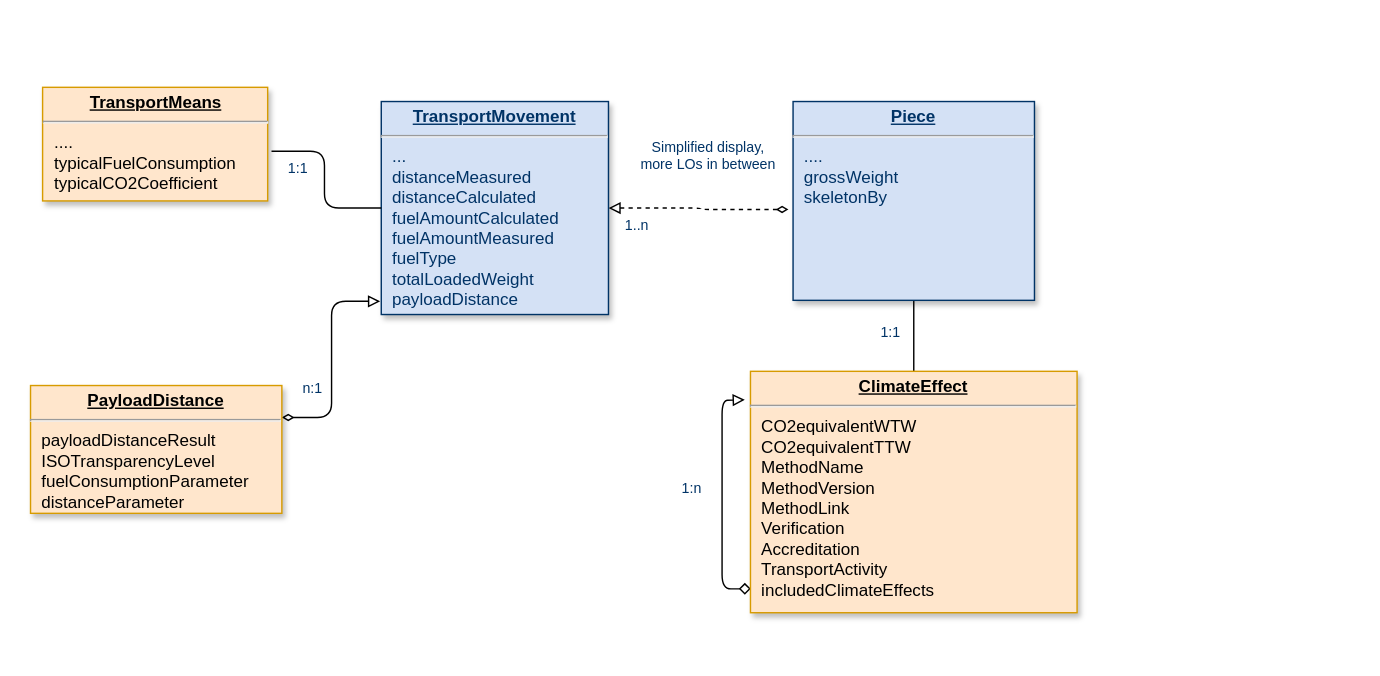
Above: Untitled Diagram.drawio in DrPhilippBillion/Co2-Transparency-in-ONE-Record_for_2023_Hackathon (draw.io), before the change. Source tidied: cells renumbered, new cells numbered last; positions are measured from the earlier drawing's top-left corner, leaving out a move shared by most shapes. Both pictures are drawn from the tidied source at 142%, with x=0, y=0 at pixel (30, 87).
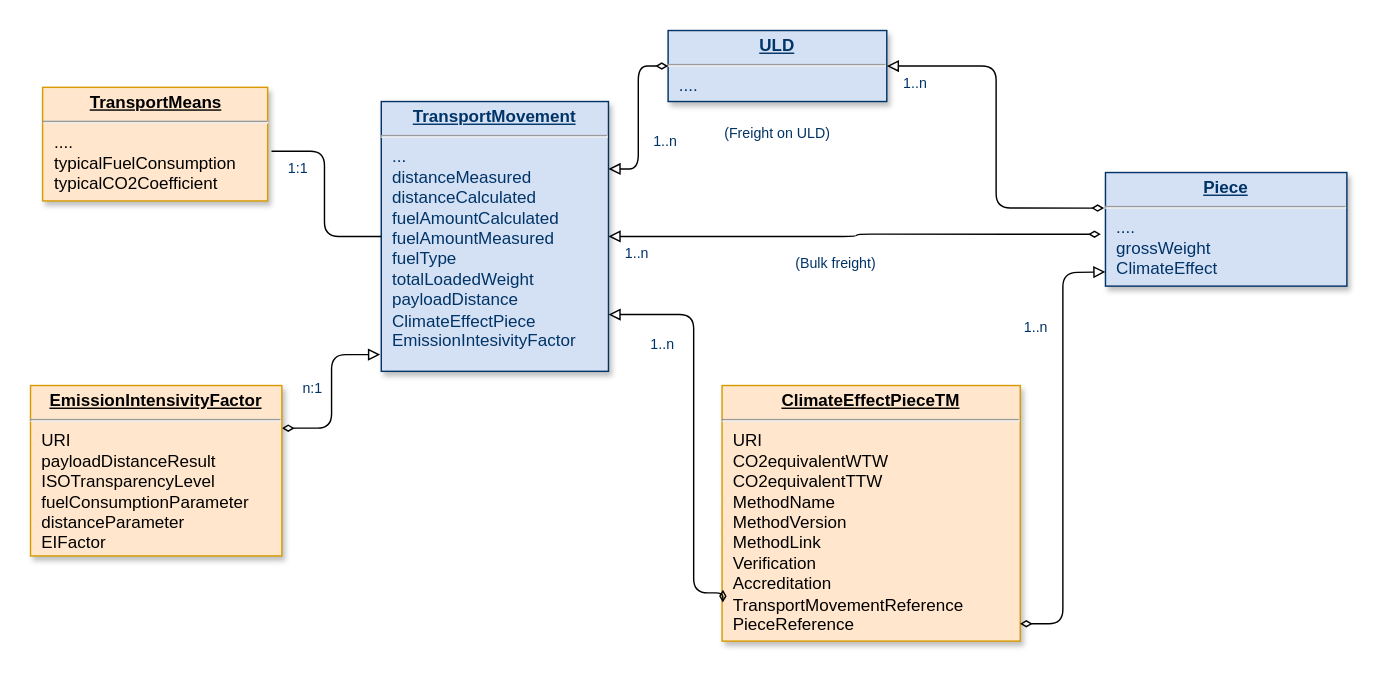
The same diagram, later.

Commit message:
Data Model Setup

Change to the diagram source:
```diff
@@
-    <mxCell id="2" style="edgeStyle=orthogonalEdgeStyle;rounded=0;jettySize=auto;html=1;endArrow=none;endFill=0;" parent="1" edge="1" source="3" target="13">
-      <mxGeometry relative="1" as="geometry" />
-    </mxCell>
-    <mxCell id="3" value="&lt;p style=&quot;margin: 0px ; margin-top: 4px ; text-align: center ; text-decoration: underline&quot;&gt;&lt;strong&gt;Piece&lt;/strong&gt;&lt;/p&gt;&lt;hr&gt;&lt;p style=&quot;margin: 0px ; margin-left: 8px&quot;&gt;....&lt;/p&gt;&lt;p style=&quot;margin: 0px ; margin-left: 8px&quot;&gt;grossWeight&lt;/p&gt;&lt;p style=&quot;margin: 0px ; margin-left: 8px&quot;&gt;skeletonBy&lt;/p&gt;&lt;p style=&quot;margin: 0px ; margin-left: 8px&quot;&gt;&lt;br&gt;&lt;/p&gt;" style="verticalAlign=top;align=left;overflow=fill;fontSize=12;fontFamily=Helvetica;html=1;strokeColor=#003366;shadow=1;fillColor=#D4E1F5;fontColor=#003366;" parent="1" vertex="1">
-      <mxGeometry x="537" y="10" width="170" height="140" as="geometry" />
+    <mxCell id="3" value="&lt;p style=&quot;margin: 0px ; margin-top: 4px ; text-align: center ; text-decoration: underline&quot;&gt;&lt;strong&gt;Piece&lt;/strong&gt;&lt;/p&gt;&lt;hr&gt;&lt;p style=&quot;margin: 0px ; margin-left: 8px&quot;&gt;....&lt;/p&gt;&lt;p style=&quot;margin: 0px ; margin-left: 8px&quot;&gt;grossWeight&lt;/p&gt;&lt;p style=&quot;margin: 0px ; margin-left: 8px&quot;&gt;&lt;span style=&quot;background-color: initial;&quot;&gt;ClimateEffect&lt;/span&gt;&lt;br&gt;&lt;/p&gt;&lt;p style=&quot;margin: 0px ; margin-left: 8px&quot;&gt;&lt;br&gt;&lt;/p&gt;" style="verticalAlign=top;align=left;overflow=fill;fontSize=12;fontFamily=Helvetica;html=1;strokeColor=#003366;shadow=1;fillColor=#D4E1F5;fontColor=#003366;" parent="1" vertex="1">
+      <mxGeometry x="757" y="60" width="170" height="80" as="geometry" />
     </mxCell>
-    <mxCell id="4" style="endArrow=diamondThin;endSize=6;startArrow=block;startSize=6;startFill=0;edgeStyle=orthogonalEdgeStyle;exitX=1;exitY=0.5;exitDx=0;exitDy=0;endFill=0;dashed=1;entryX=-0.019;entryY=0.543;entryDx=0;entryDy=0;entryPerimeter=0;" parent="1" edge="1" source="6" target="3">
+    <mxCell id="4" style="endArrow=diamondThin;endSize=6;startArrow=block;startSize=6;startFill=0;edgeStyle=orthogonalEdgeStyle;exitX=1;exitY=0.5;exitDx=0;exitDy=0;endFill=0;entryX=-0.019;entryY=0.543;entryDx=0;entryDy=0;entryPerimeter=0;" parent="1" edge="1" source="6" target="3">
       <mxGeometry x="893" y="360" as="geometry" />
     </mxCell>
@@
-    <mxCell id="6" value="&lt;p style=&quot;margin: 0px ; margin-top: 4px ; text-align: center ; text-decoration: underline&quot;&gt;&lt;strong&gt;TransportMovement&lt;/strong&gt;&lt;/p&gt;&lt;hr&gt;&lt;p style=&quot;margin: 0px ; margin-left: 8px&quot;&gt;...&lt;/p&gt;&lt;p style=&quot;margin: 0px ; margin-left: 8px&quot;&gt;distanceMeasured&lt;/p&gt;&lt;p style=&quot;margin: 0px ; margin-left: 8px&quot;&gt;distanceCalculated&lt;/p&gt;&lt;p style=&quot;margin: 0px ; margin-left: 8px&quot;&gt;fuelAmountCalculated&lt;/p&gt;&lt;p style=&quot;margin: 0px ; margin-left: 8px&quot;&gt;fuelAmountMeasured&lt;/p&gt;&lt;p style=&quot;margin: 0px ; margin-left: 8px&quot;&gt;fuelType&lt;/p&gt;&lt;p style=&quot;margin: 0px ; margin-left: 8px&quot;&gt;totalLoadedWeight&lt;/p&gt;&lt;p style=&quot;margin: 0px ; margin-left: 8px&quot;&gt;payloadDistance&lt;/p&gt;" style="verticalAlign=top;align=left;overflow=fill;fontSize=12;fontFamily=Helvetica;html=1;strokeColor=#003366;shadow=1;fillColor=#D4E1F5;fontColor=#003366;" parent="1" vertex="1">
-      <mxGeometry x="247" y="10" width="160" height="150" as="geometry" />
+    <mxCell id="6" value="&lt;p style=&quot;margin: 0px ; margin-top: 4px ; text-align: center ; text-decoration: underline&quot;&gt;&lt;strong&gt;TransportMovement&lt;/strong&gt;&lt;/p&gt;&lt;hr&gt;&lt;p style=&quot;margin: 0px ; margin-left: 8px&quot;&gt;...&lt;/p&gt;&lt;p style=&quot;margin: 0px ; margin-left: 8px&quot;&gt;distanceMeasured&lt;/p&gt;&lt;p style=&quot;margin: 0px ; margin-left: 8px&quot;&gt;distanceCalculated&lt;/p&gt;&lt;p style=&quot;margin: 0px ; margin-left: 8px&quot;&gt;fuelAmountCalculated&lt;/p&gt;&lt;p style=&quot;margin: 0px ; margin-left: 8px&quot;&gt;fuelAmountMeasured&lt;/p&gt;&lt;p style=&quot;margin: 0px ; margin-left: 8px&quot;&gt;fuelType&lt;/p&gt;&lt;p style=&quot;margin: 0px ; margin-left: 8px&quot;&gt;totalLoadedWeight&lt;/p&gt;&lt;p style=&quot;margin: 0px ; margin-left: 8px&quot;&gt;payloadDistance&lt;/p&gt;&lt;p style=&quot;margin: 0px ; margin-left: 8px&quot;&gt;ClimateEffectPiece&lt;/p&gt;&lt;p style=&quot;margin: 0px ; margin-left: 8px&quot;&gt;EmissionIntesivityFactor&lt;/p&gt;" style="verticalAlign=top;align=left;overflow=fill;fontSize=12;fontFamily=Helvetica;html=1;strokeColor=#003366;shadow=1;fillColor=#D4E1F5;fontColor=#003366;" parent="1" vertex="1">
+      <mxGeometry x="247" y="10" width="160" height="190" as="geometry" />
     </mxCell>
@@
-    <mxCell id="11" value="&lt;p style=&quot;margin: 0px ; margin-top: 4px ; text-align: center ; text-decoration: underline&quot;&gt;&lt;b&gt;PayloadDistance&lt;/b&gt;&lt;/p&gt;&lt;hr&gt;&lt;p style=&quot;margin: 0px ; margin-left: 8px&quot;&gt;payloadDistanceResult&lt;/p&gt;&lt;p style=&quot;margin: 0px ; margin-left: 8px&quot;&gt;ISOTransparencyLevel&lt;/p&gt;&lt;p style=&quot;margin: 0px ; margin-left: 8px&quot;&gt;fuelConsumptionParameter&lt;/p&gt;&lt;p style=&quot;margin: 0px ; margin-left: 8px&quot;&gt;distanceParameter&lt;/p&gt;" style="verticalAlign=top;align=left;overflow=fill;fontSize=12;fontFamily=Helvetica;html=1;strokeColor=#d79b00;shadow=1;fillColor=#ffe6cc;" parent="1" vertex="1">
-      <mxGeometry y="210" width="177" height="90" as="geometry" />
+    <mxCell id="11" value="&lt;p style=&quot;margin: 0px ; margin-top: 4px ; text-align: center ; text-decoration: underline&quot;&gt;&lt;b&gt;EmissionIntensivityFactor&lt;/b&gt;&lt;/p&gt;&lt;hr&gt;&lt;p style=&quot;margin: 0px ; margin-left: 8px&quot;&gt;URI&lt;/p&gt;&lt;p style=&quot;margin: 0px ; margin-left: 8px&quot;&gt;payloadDistanceResult&lt;/p&gt;&lt;p style=&quot;margin: 0px ; margin-left: 8px&quot;&gt;ISOTransparencyLevel&lt;/p&gt;&lt;p style=&quot;margin: 0px ; margin-left: 8px&quot;&gt;fuelConsumptionParameter&lt;/p&gt;&lt;p style=&quot;margin: 0px ; margin-left: 8px&quot;&gt;distanceParameter&lt;/p&gt;&lt;p style=&quot;margin: 0px ; margin-left: 8px&quot;&gt;EIFactor&lt;/p&gt;" style="verticalAlign=top;align=left;overflow=fill;fontSize=12;fontFamily=Helvetica;html=1;strokeColor=#d79b00;shadow=1;fillColor=#ffe6cc;" parent="1" vertex="1">
+      <mxGeometry y="210" width="177" height="120" as="geometry" />
     </mxCell>
-    <mxCell id="12" style="edgeStyle=orthogonalEdgeStyle;jettySize=auto;html=1;exitX=0.001;exitY=0.901;exitDx=0;exitDy=0;startArrow=diamond;startFill=0;endArrow=block;endFill=0;startSize=6;endSize=6;exitPerimeter=0;" parent="1" edge="1" source="13">
-      <mxGeometry relative="1" as="geometry">
-        <mxPoint x="503" y="220" as="targetPoint" />
-      </mxGeometry>
-    </mxCell>
-    <mxCell id="13" value="&lt;p style=&quot;margin: 0px ; margin-top: 4px ; text-align: center ; text-decoration: underline&quot;&gt;&lt;b&gt;ClimateEffect&lt;/b&gt;&lt;/p&gt;&lt;hr&gt;&lt;p style=&quot;margin: 0px ; margin-left: 8px&quot;&gt;&lt;span&gt;CO2equivalentWTW&lt;/span&gt;&lt;/p&gt;&lt;p style=&quot;margin: 0px ; margin-left: 8px&quot;&gt;CO2equivalentTTW&lt;span&gt;&lt;br&gt;&lt;/span&gt;&lt;/p&gt;&lt;p style=&quot;margin: 0px ; margin-left: 8px&quot;&gt;&lt;span&gt;MethodName&lt;/span&gt;&lt;br&gt;&lt;/p&gt;&lt;p style=&quot;margin: 0px ; margin-left: 8px&quot;&gt;&lt;span&gt;MethodVersion&lt;/span&gt;&lt;/p&gt;&lt;p style=&quot;margin: 0px ; margin-left: 8px&quot;&gt;MethodLink&lt;/p&gt;&lt;p style=&quot;margin: 0px ; margin-left: 8px&quot;&gt;Verification&lt;/p&gt;&lt;p style=&quot;margin: 0px ; margin-left: 8px&quot;&gt;Accreditation&lt;/p&gt;&lt;p style=&quot;margin: 0px ; margin-left: 8px&quot;&gt;TransportActivity&lt;/p&gt;&lt;p style=&quot;margin: 0px ; margin-left: 8px&quot;&gt;includedClimateEffects&lt;/p&gt;" style="verticalAlign=top;align=left;overflow=fill;fontSize=12;fontFamily=Helvetica;html=1;strokeColor=#d79b00;shadow=1;fillColor=#ffe6cc;" parent="1" vertex="1">
-      <mxGeometry x="507" y="200" width="230" height="170" as="geometry" />
+    <mxCell id="13" value="&lt;p style=&quot;margin: 0px ; margin-top: 4px ; text-align: center ; text-decoration: underline&quot;&gt;&lt;b&gt;ClimateEffectPieceTM&lt;/b&gt;&lt;/p&gt;&lt;hr&gt;&lt;p style=&quot;margin: 0px ; margin-left: 8px&quot;&gt;&lt;span&gt;URI&lt;/span&gt;&lt;/p&gt;&lt;p style=&quot;margin: 0px ; margin-left: 8px&quot;&gt;&lt;span&gt;CO2equivalentWTW&lt;/span&gt;&lt;/p&gt;&lt;p style=&quot;margin: 0px ; margin-left: 8px&quot;&gt;CO2equivalentTTW&lt;span&gt;&lt;br&gt;&lt;/span&gt;&lt;/p&gt;&lt;p style=&quot;margin: 0px ; margin-left: 8px&quot;&gt;&lt;span&gt;MethodName&lt;/span&gt;&lt;br&gt;&lt;/p&gt;&lt;p style=&quot;margin: 0px ; margin-left: 8px&quot;&gt;&lt;span&gt;MethodVersion&lt;/span&gt;&lt;/p&gt;&lt;p style=&quot;margin: 0px ; margin-left: 8px&quot;&gt;MethodLink&lt;/p&gt;&lt;p style=&quot;margin: 0px ; margin-left: 8px&quot;&gt;Verification&lt;/p&gt;&lt;p style=&quot;margin: 0px ; margin-left: 8px&quot;&gt;Accreditation&lt;/p&gt;&lt;p style=&quot;margin: 0px ; margin-left: 8px&quot;&gt;TransportMovementReference&lt;/p&gt;&lt;p style=&quot;margin: 0px ; margin-left: 8px&quot;&gt;PieceReference&lt;/p&gt;" style="verticalAlign=top;align=left;overflow=fill;fontSize=12;fontFamily=Helvetica;html=1;strokeColor=#d79b00;shadow=1;fillColor=#ffe6cc;" parent="1" vertex="1">
+      <mxGeometry x="487" y="210" width="210" height="180" as="geometry" />
     </mxCell>
@@
-    <mxCell id="15" value="Simplified display, &#10;more LOs in between" style="align=center;verticalAlign=top;labelBackgroundColor=#ffffff;fontSize=10;strokeColor=#003366;shadow=1;fillColor=#D4E1F5;fontColor=#003366;" parent="1" vertex="1">
-      <mxGeometry x="477" y="30" as="geometry" />
-    </mxCell>
-    <mxCell id="16" value="1:1" style="align=left;verticalAlign=top;labelBackgroundColor=#ffffff;fontSize=10;strokeColor=#003366;shadow=1;fillColor=#D4E1F5;fontColor=#003366;" parent="1" vertex="1">
-      <mxGeometry x="597" y="160" as="geometry" />
-    </mxCell>
-    <mxCell id="17" value="1:n" style="align=left;verticalAlign=top;labelBackgroundColor=#ffffff;fontSize=10;strokeColor=#003366;shadow=1;fillColor=#D4E1F5;fontColor=#003366;" parent="1" vertex="1">
-      <mxGeometry x="457" y="270" as="geometry" />
-    </mxCell>
+    <mxCell id="18" style="edgeStyle=orthogonalEdgeStyle;rounded=0;orthogonalLoop=1;jettySize=auto;html=1;exitX=0.5;exitY=1;exitDx=0;exitDy=0;" parent="1" edge="1" source="6" target="6">
+      <mxGeometry relative="1" as="geometry" />
+    </mxCell>
+    <mxCell id="19" style="endArrow=diamondThin;endSize=6;startArrow=block;startSize=6;startFill=0;edgeStyle=orthogonalEdgeStyle;endFill=0;entryX=0.999;entryY=0.932;entryDx=0;entryDy=0;entryPerimeter=0;" parent="1" edge="1" target="13">
+      <mxGeometry x="1243" y="485" as="geometry">
+        <mxPoint x="757" y="130" as="sourcePoint" />
+      </mxGeometry>
+    </mxCell>
+    <mxCell id="20" value="1..n" style="align=left;verticalAlign=top;labelBackgroundColor=#ffffff;fontSize=10;strokeColor=#003366;shadow=1;fillColor=#D4E1F5;fontColor=#003366;" parent="19" vertex="1">
+      <mxGeometry x="-1" relative="1" as="geometry">
+        <mxPoint x="-59" y="27" as="offset" />
+      </mxGeometry>
+    </mxCell>
+    <mxCell id="21" value="&lt;p style=&quot;margin: 0px ; margin-top: 4px ; text-align: center ; text-decoration: underline&quot;&gt;&lt;strong&gt;ULD&lt;/strong&gt;&lt;/p&gt;&lt;hr&gt;&lt;p style=&quot;margin: 0px ; margin-left: 8px&quot;&gt;....&lt;/p&gt;&lt;p style=&quot;margin: 0px ; margin-left: 8px&quot;&gt;&lt;br&gt;&lt;/p&gt;&lt;p style=&quot;margin: 0px ; margin-left: 8px&quot;&gt;&lt;br&gt;&lt;/p&gt;" style="verticalAlign=top;align=left;overflow=fill;fontSize=12;fontFamily=Helvetica;html=1;strokeColor=#003366;shadow=1;fillColor=#D4E1F5;fontColor=#003366;" parent="1" vertex="1">
+      <mxGeometry x="449" y="-40" width="154" height="50" as="geometry" />
+    </mxCell>
+    <mxCell id="22" style="endArrow=diamondThin;endSize=6;startArrow=block;startSize=6;startFill=0;edgeStyle=orthogonalEdgeStyle;exitX=1;exitY=0.25;exitDx=0;exitDy=0;endFill=0;" parent="1" edge="1" source="6" target="21">
+      <mxGeometry x="903" y="370" as="geometry" />
+    </mxCell>
+    <mxCell id="23" value="1..n" style="align=left;verticalAlign=top;labelBackgroundColor=#ffffff;fontSize=10;strokeColor=#003366;shadow=1;fillColor=#D4E1F5;fontColor=#003366;" parent="22" vertex="1">
+      <mxGeometry x="-1" relative="1" as="geometry">
+        <mxPoint x="30" y="-32" as="offset" />
+      </mxGeometry>
+    </mxCell>
+    <mxCell id="24" style="endArrow=diamondThin;endSize=6;startArrow=block;startSize=6;startFill=0;edgeStyle=orthogonalEdgeStyle;endFill=0;entryX=-0.006;entryY=0.313;entryDx=0;entryDy=0;entryPerimeter=0;" parent="1" edge="1" source="21" target="3">
+      <mxGeometry x="913" y="380" as="geometry" />
+    </mxCell>
+    <mxCell id="25" value="1..n" style="align=left;verticalAlign=top;labelBackgroundColor=#ffffff;fontSize=10;strokeColor=#003366;shadow=1;fillColor=#D4E1F5;fontColor=#003366;" parent="24" vertex="1">
+      <mxGeometry x="-1" relative="1" as="geometry">
+        <mxPoint x="10" as="offset" />
+      </mxGeometry>
+    </mxCell>
+    <mxCell id="26" style="endArrow=diamondThin;endSize=6;startArrow=block;startSize=6;startFill=0;edgeStyle=orthogonalEdgeStyle;endFill=0;entryX=0.003;entryY=0.799;entryDx=0;entryDy=0;entryPerimeter=0;" parent="1" edge="1" source="6" target="13">
+      <mxGeometry x="977.5" y="568.6" as="geometry">
+        <Array as="points">
+          <mxPoint x="467" y="160" />
+          <mxPoint x="467" y="356" />
+        </Array>
+      </mxGeometry>
+    </mxCell>
+    <mxCell id="27" value="1..n" style="align=left;verticalAlign=top;labelBackgroundColor=#ffffff;fontSize=10;strokeColor=#003366;shadow=1;fillColor=#D4E1F5;fontColor=#003366;" parent="26" vertex="1">
+      <mxGeometry x="-1" relative="1" as="geometry">
+        <mxPoint x="28" y="9" as="offset" />
+      </mxGeometry>
+    </mxCell>
+    <mxCell id="28" value="(Bulk freight)" style="align=left;verticalAlign=top;labelBackgroundColor=#ffffff;fontSize=10;strokeColor=#003366;shadow=1;fillColor=#D4E1F5;fontColor=#003366;" parent="1" vertex="1">
+      <mxGeometry x="537" y="112" as="geometry" />
+    </mxCell>
+    <mxCell id="29" value="(Freight on ULD)" style="align=left;verticalAlign=top;labelBackgroundColor=#ffffff;fontSize=10;strokeColor=#003366;shadow=1;fillColor=#D4E1F5;fontColor=#003366;" parent="1" vertex="1">
+      <mxGeometry x="487" y="20" as="geometry" />
+    </mxCell>
```
